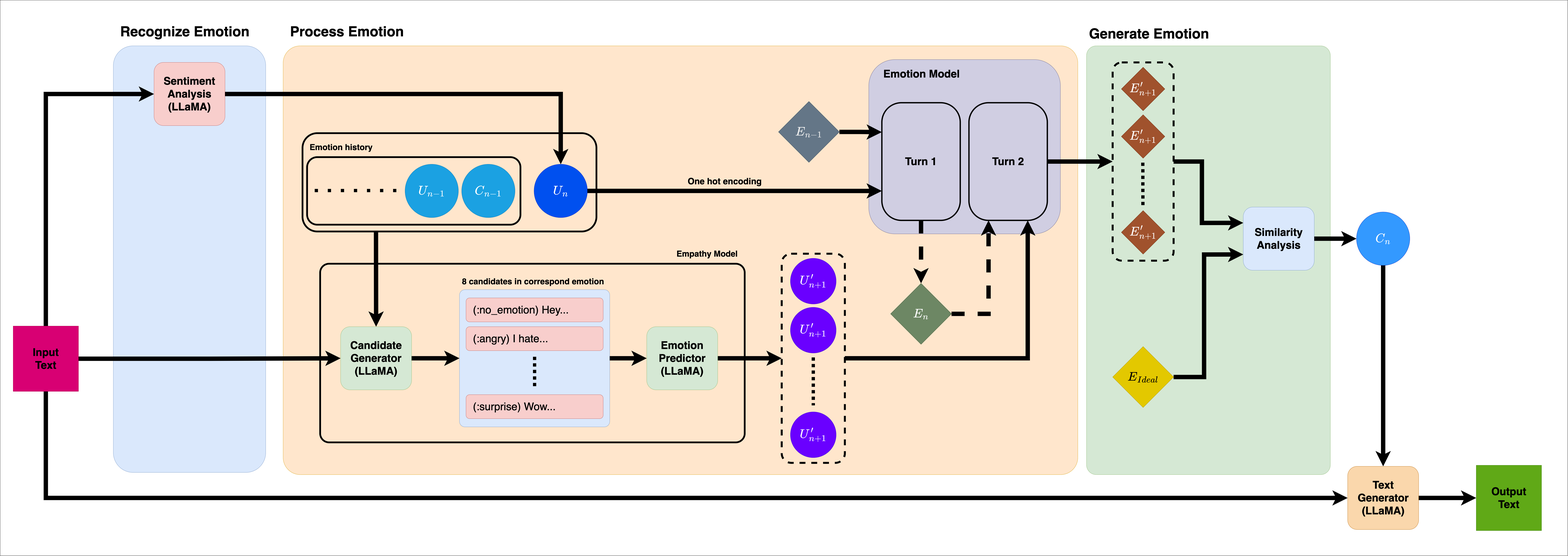
The draw.io diagram Model_Architecture.png in hermeschen1116/emotion-chat-bot, before a commit. Source tidied: cells renumbered, new cells last; positions are measured from the earlier drawing's top-left corner, leaving out a move shared by most shapes.
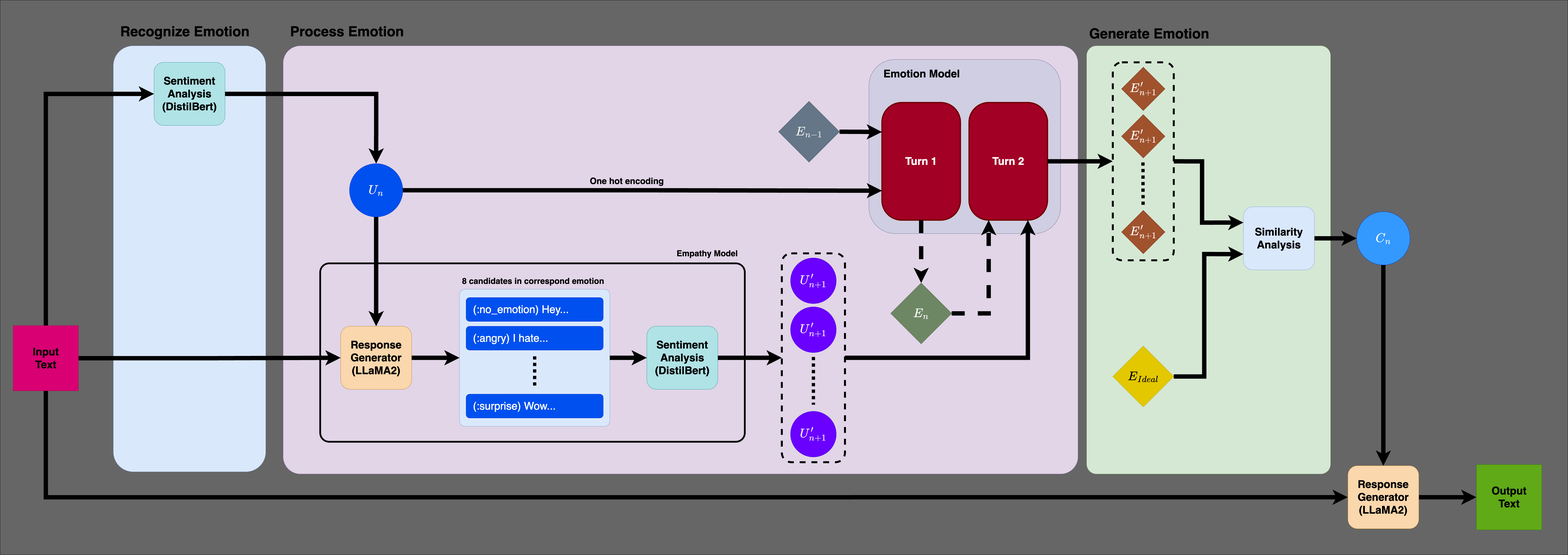
After the change.

What changed in the source:
```diff
@@ -2,7 +2,7 @@
   <root>
     <mxCell id="0" />
     <mxCell id="1" parent="0" />
-    <mxCell id="2" style="rounded=0;whiteSpace=wrap;html=1;fillColor=#FFFFFF;" parent="1" vertex="1">
+    <mxCell id="2" style="rounded=0;whiteSpace=wrap;html=1;fillColor=#666666;" parent="1" vertex="1">
       <mxGeometry width="7200" height="2550" as="geometry" />
     </mxCell>
     <mxCell id="3" style="edgeStyle=orthogonalEdgeStyle;rounded=0;jettySize=auto;html=1;exitX=0.5;exitY=1;exitDx=0;exitDy=0;entryX=0;entryY=0.5;entryDx=0;entryDy=0;strokeColor=#000000;strokeWidth=20;fontColor=#000000;" parent="1" edge="1" source="90" target="9">
@@ -23,7 +23,7 @@
     <mxCell id="8" style="edgeStyle=none;rounded=0;jettySize=auto;html=1;exitX=1;exitY=0.5;exitDx=0;exitDy=0;entryX=0;entryY=0.5;entryDx=0;entryDy=0;strokeColor=#000000;strokeWidth=20;fontColor=#000000;" parent="1" edge="1" source="9" target="91">
       <mxGeometry relative="1" as="geometry" />
     </mxCell>
-    <mxCell id="9" value="Text&lt;br&gt;Generator&lt;br&gt;(LLaMA)" style="rounded=1;whiteSpace=wrap;html=1;fillColor=#fad7ac;strokeColor=#b46504;fontSize=49;fontStyle=1;fontColor=#000000;" parent="1" vertex="1">
+    <mxCell id="9" value="Response&lt;br&gt;Generator&lt;br&gt;(LLaMA2)" style="rounded=1;whiteSpace=wrap;html=1;fillColor=#fad7ac;strokeColor=#b46504;fontSize=49;fontStyle=1;" parent="1" vertex="1">
       <mxGeometry x="6189.5" y="2140" width="326" height="290" as="geometry" />
     </mxCell>
     <mxCell id="10" value="Text" style="text;html=1;strokeColor=none;fillColor=none;align=center;verticalAlign=middle;whiteSpace=wrap;rounded=0;" parent="1" vertex="1">
@@ -41,7 +41,7 @@
     <mxCell id="14" value="&lt;span style=&quot;color: rgba(0, 0, 0, 0); font-family: monospace; font-size: 0px; text-align: start;&quot;&gt;%3CmxGraphModel%3E%3Croot%3E%3CmxCell%20id%3D%220%22%2F%3E%3CmxCell%20id%3D%221%22%20parent%3D%220%22%2F%3E%3CmxCell%20id%3D%222%22%20value%3D%22Sentiment%26lt%3Bbr%26gt%3BAnalysis%26lt%3Bbr%26gt%3B(LLaMA)%22%20style%3D%22rounded%3D1%3BwhiteSpace%3Dwrap%3Bhtml%3D1%3BfillColor%3D%23f8cecc%3BstrokeColor%3D%23b85450%3BfontSize%3D22%3BfontStyle%3D1%3BfontColor%3D%23000000%3B%22%20vertex%3D%221%22%20parent%3D%221%22%3E%3CmxGeometry%20x%3D%22435%22%20y%3D%22150%22%20width%3D%22140%22%20height%3D%22120%22%20as%3D%22geometry%22%2F%3E%3C%2FmxCell%3E%3C%2Froot%3E%3C%2FmxGraphModel%3E&lt;/span&gt;" style="rounded=1;whiteSpace=wrap;html=1;fontFamily=Helvetica;fontSize=22;fillColor=#dae8fc;strokeColor=#6c8ebf;arcSize=13;" parent="13" vertex="1">
       <mxGeometry width="700" height="1958" as="geometry" />
     </mxCell>
-    <mxCell id="15" value="Sentiment&lt;br style=&quot;font-size: 49px;&quot;&gt;Analysis&lt;br style=&quot;font-size: 49px;&quot;&gt;(LLaMA)" style="rounded=1;whiteSpace=wrap;html=1;fillColor=#f8cecc;strokeColor=#b85450;fontSize=49;fontStyle=1;fontColor=#000000;" parent="13" vertex="1">
+    <mxCell id="15" value="Sentiment&lt;br style=&quot;font-size: 49px;&quot;&gt;Analysis&lt;br style=&quot;font-size: 49px;&quot;&gt;(DistilBert&lt;span style=&quot;background-color: initial;&quot;&gt;)&lt;/span&gt;" style="rounded=1;whiteSpace=wrap;html=1;fillColor=#b0e3e6;strokeColor=#0e8088;fontSize=49;fontStyle=1;" parent="13" vertex="1">
       <mxGeometry x="187" y="76" width="326" height="290" as="geometry" />
     </mxCell>
     <mxCell id="16" value="Recognize Emotion" style="text;html=1;strokeColor=none;fillColor=none;align=left;verticalAlign=middle;whiteSpace=wrap;rounded=0;strokeWidth=8;fontFamily=Helvetica;fontSize=64;fontColor=#000000;fontStyle=1;" parent="12" vertex="1">
@@ -117,51 +117,12 @@
     <mxCell id="35" style="group;" parent="33" vertex="1">
       <mxGeometry y="100" width="3650" height="1968" as="geometry" />
     </mxCell>
-    <mxCell id="36" value="&lt;span style=&quot;color: rgba(0, 0, 0, 0); font-family: monospace; font-size: 0px; text-align: start;&quot;&gt;%3CmxGraphModel%3E%3Croot%3E%3CmxCell%20id%3D%220%22%2F%3E%3CmxCell%20id%3D%221%22%20parent%3D%220%22%2F%3E%3CmxCell%20id%3D%222%22%20value%3D%22Sentiment%26lt%3Bbr%26gt%3BAnalysis%26lt%3Bbr%26gt%3B(LLaMA)%22%20style%3D%22rounded%3D1%3BwhiteSpace%3Dwrap%3Bhtml%3D1%3BfillColor%3D%23f8cecc%3BstrokeColor%3D%23b85450%3BfontSize%3D22%3BfontStyle%3D1%3BfontColor%3D%23000000%3B%22%20vertex%3D%221%22%20parent%3D%221%22%3E%3CmxGeometry%20x%3D%22435%22%20y%3D%22150%22%20width%3D%22140%22%20height%3D%22120%22%20as%3D%22geometry%22%2F%3E%3C%2FmxCell%3E%3C%2Froot%3E%3C%2FmxGraphModel%3E&lt;/span&gt;" style="rounded=1;whiteSpace=wrap;html=1;fontFamily=Helvetica;fontSize=22;fillColor=#ffe6cc;strokeColor=#d79b00;arcSize=4;" parent="35" vertex="1">
+    <mxCell id="36" value="&lt;span style=&quot;color: rgba(0, 0, 0, 0); font-family: monospace; font-size: 0px; text-align: start;&quot;&gt;%3CmxGraphModel%3E%3Croot%3E%3CmxCell%20id%3D%220%22%2F%3E%3CmxCell%20id%3D%221%22%20parent%3D%220%22%2F%3E%3CmxCell%20id%3D%222%22%20value%3D%22Sentiment%26lt%3Bbr%26gt%3BAnalysis%26lt%3Bbr%26gt%3B(LLaMA)%22%20style%3D%22rounded%3D1%3BwhiteSpace%3Dwrap%3Bhtml%3D1%3BfillColor%3D%23f8cecc%3BstrokeColor%3D%23b85450%3BfontSize%3D22%3BfontStyle%3D1%3BfontColor%3D%23000000%3B%22%20vertex%3D%221%22%20parent%3D%221%22%3E%3CmxGeometry%20x%3D%22435%22%20y%3D%22150%22%20width%3D%22140%22%20height%3D%22120%22%20as%3D%22geometry%22%2F%3E%3C%2FmxCell%3E%3C%2Froot%3E%3C%2FmxGraphModel%3E&lt;/span&gt;" style="rounded=1;whiteSpace=wrap;html=1;fontFamily=Helvetica;fontSize=22;fillColor=#e1d5e7;strokeColor=#9673a6;arcSize=4;" parent="35" vertex="1">
       <mxGeometry width="3650" height="1968" as="geometry" />
     </mxCell>
-    <mxCell id="37" style="edgeStyle=orthogonalEdgeStyle;rounded=0;jettySize=auto;html=1;exitX=0.25;exitY=1;exitDx=0;exitDy=0;entryX=0.5;entryY=0;entryDx=0;entryDy=0;strokeColor=#000000;strokeWidth=20;fontFamily=Helvetica;fontSize=38;fontColor=#000000;" parent="35" edge="1" source="39" target="73">
+    <mxCell id="37" style="edgeStyle=orthogonalEdgeStyle;rounded=0;jettySize=auto;html=1;entryX=0.5;entryY=0;entryDx=0;entryDy=0;strokeColor=#000000;strokeWidth=20;fontFamily=Helvetica;fontSize=38;fontColor=#000000;exitX=0.5;exitY=1;exitDx=0;exitDy=0;" parent="35" edge="1" source="49" target="73">
       <mxGeometry relative="1" as="geometry" />
     </mxCell>
-    <mxCell id="38" style="group;" parent="35" vertex="1">
-      <mxGeometry x="89" y="400.8" width="1350" height="451.2" as="geometry" />
-    </mxCell>
-    <mxCell id="39" style="rounded=1;whiteSpace=wrap;html=1;strokeColor=#000000;strokeWidth=8;fontFamily=Helvetica;fontSize=38;fontColor=#000000;fillColor=none;" parent="38" vertex="1">
-      <mxGeometry width="1350" height="451.2" as="geometry" />
-    </mxCell>
-    <mxCell id="40" style="group;" parent="38" vertex="1">
-      <mxGeometry x="21" y="30" width="1310" height="390" as="geometry" />
-    </mxCell>
-    <mxCell id="41" style="group;" parent="40" vertex="1">
-      <mxGeometry width="980" height="390" as="geometry" />
-    </mxCell>
-    <mxCell id="42" value="Emotion history" style="text;html=1;strokeColor=none;fillColor=none;align=left;verticalAlign=middle;whiteSpace=wrap;rounded=0;strokeWidth=8;fontFamily=Helvetica;fontSize=38;fontColor=#000000;fontStyle=1;" parent="41" vertex="1">
-      <mxGeometry x="10" width="770" height="70" as="geometry" />
-    </mxCell>
-    <mxCell id="43" style="group;" parent="41" vertex="1">
-      <mxGeometry y="80" width="980" height="310" as="geometry" />
-    </mxCell>
-    <mxCell id="44" value="&lt;span style=&quot;color: rgba(0, 0, 0, 0); font-family: monospace; font-size: 0px; text-align: start;&quot;&gt;%3CmxGraphModel%3E%3Croot%3E%3CmxCell%20id%3D%220%22%2F%3E%3CmxCell%20id%3D%221%22%20parent%3D%220%22%2F%3E%3CmxCell%20id%3D%222%22%20value%3D%22%24%24U_%26lt%3Bbr%20style%3D%26quot%3Bfont-size%3A%2049px%3B%26quot%3B%26gt%3B%7Bn-1%7D%24%24%22%20style%3D%22ellipse%3BwhiteSpace%3Dwrap%3Bhtml%3D1%3Baspect%3Dfixed%3BfontSize%3D49%3BfillColor%3D%231ba1e2%3BstrokeColor%3D%23006EAF%3BfontStyle%3D1%3BflipH%3D1%3BfontColor%3D%23ffffff%3B%22%20vertex%3D%221%22%20parent%3D%221%22%3E%3CmxGeometry%20x%3D%222140%22%20y%3D%22893.25%22%20width%3D%22245%22%20height%3D%22245%22%20as%3D%22geometry%22%2F%3E%3C%2FmxCell%3E%3C%2Froot%3E%3C%2FmxGraphModel%3E&lt;/span&gt;" style="rounded=1;whiteSpace=wrap;html=1;strokeColor=#000000;strokeWidth=8;fontFamily=Helvetica;fontSize=38;fontColor=#000000;fillColor=none;" parent="43" vertex="1">
-      <mxGeometry width="980" height="310" as="geometry" />
-    </mxCell>
-    <mxCell id="45" value="$$U_&lt;br style=&quot;font-size: 49px;&quot;&gt;{n-1}$$" style="ellipse;whiteSpace=wrap;html=1;fontSize=49;fillColor=#1ba1e2;strokeColor=#006EAF;fontStyle=1;flipH=1;fontColor=#ffffff;" parent="43" vertex="1">
-      <mxGeometry x="450" y="32.5" width="245" height="245" as="geometry" />
-    </mxCell>
-    <mxCell id="46" value="$$C_&lt;br style=&quot;font-size: 49px;&quot;&gt;{n-1}$$" style="ellipse;whiteSpace=wrap;html=1;fontSize=49;fillColor=#1ba1e2;strokeColor=#006EAF;fontStyle=1;flipH=1;fontColor=#ffffff;" parent="43" vertex="1">
-      <mxGeometry x="710" y="32.5" width="245" height="245" as="geometry" />
-    </mxCell>
-    <mxCell id="47" style="endArrow=none;dashed=1;html=1;dashPattern=1 3;strokeWidth=15;rounded=0;strokeColor=#000000;fontFamily=Helvetica;fontSize=38;fontColor=#000000;" parent="43" edge="1">
-      <mxGeometry relative="1" as="geometry">
-        <mxPoint x="410" y="153.3" as="sourcePoint" />
-        <mxPoint x="20" y="153.3" as="targetPoint" />
-      </mxGeometry>
-    </mxCell>
-    <mxCell id="48" style="group;" parent="40" vertex="1">
-      <mxGeometry x="1020" y="80" width="290" height="310" as="geometry" />
-    </mxCell>
-    <mxCell id="49" value="$$U_&lt;br style=&quot;font-size: 49px;&quot;&gt;n$$" style="ellipse;whiteSpace=wrap;html=1;fontSize=49;fillColor=#0050ef;strokeColor=#001DBC;fontStyle=1;flipH=1;fontColor=#ffffff;" parent="48" vertex="1">
-      <mxGeometry x="22.5" y="32.5" width="245" height="245" as="geometry" />
-    </mxCell>
     <mxCell id="50" style="edgeStyle=orthogonalEdgeStyle;rounded=0;jettySize=auto;html=1;exitX=1;exitY=0.5;exitDx=0;exitDy=0;entryX=0;entryY=0.5;entryDx=0;entryDy=0;strokeColor=#000000;strokeWidth=20;fontSize=49;fontColor=#000000;" parent="35" edge="1" source="84" target="61">
       <mxGeometry relative="1" as="geometry" />
     </mxCell>
@@ -174,10 +135,10 @@
     <mxCell id="53" value="Emotion Model" style="rounded=1;whiteSpace=wrap;html=1;fillColor=#d0cee2;strokeColor=#56517e;fontSize=49;fontStyle=1;align=left;verticalAlign=top;spacingLeft=65;spacingTop=30;fontColor=#000000;" parent="52" vertex="1">
       <mxGeometry width="880" height="800" as="geometry" />
     </mxCell>
-    <mxCell id="54" value="Turn 1" style="rounded=1;whiteSpace=wrap;html=1;fillColor=none;strokeColor=#000000;strokeWidth=6;arcSize=25;fontColor=#000000;fontSize=49;fontStyle=1;" parent="52" vertex="1">
+    <mxCell id="54" value="Turn 1" style="rounded=1;whiteSpace=wrap;html=1;fillColor=#a20025;strokeColor=#6F0000;strokeWidth=6;arcSize=25;fontColor=#ffffff;fontSize=49;fontStyle=1;" parent="52" vertex="1">
       <mxGeometry x="60" y="198" width="360" height="540" as="geometry" />
     </mxCell>
-    <mxCell id="55" value="Turn 2" style="rounded=1;whiteSpace=wrap;html=1;fillColor=none;strokeColor=#000000;strokeWidth=6;arcSize=25;fontColor=#000000;fontSize=49;fontStyle=1;" parent="52" vertex="1">
+    <mxCell id="55" value="Turn 2" style="rounded=1;whiteSpace=wrap;html=1;fillColor=#a20025;strokeColor=#6F0000;strokeWidth=6;arcSize=25;fontColor=#ffffff;fontSize=49;fontStyle=1;" parent="52" vertex="1">
       <mxGeometry x="460" y="198" width="360" height="540" as="geometry" />
     </mxCell>
     <mxCell id="56" style="edgeStyle=orthogonalEdgeStyle;rounded=0;jettySize=auto;html=1;exitX=1;exitY=0.5;exitDx=0;exitDy=0;entryX=0.75;entryY=1;entryDx=0;entryDy=0;strokeColor=#000000;strokeWidth=20;fontSize=49;fontColor=#000000;" parent="35" edge="1" source="61" target="55">
@@ -236,7 +197,7 @@
     <mxCell id="72" style="group;" parent="70" vertex="1">
       <mxGeometry x="94" y="47" width="1790" height="702" as="geometry" />
     </mxCell>
-    <mxCell id="73" value="Candidate&lt;br&gt;Generator&lt;br style=&quot;font-size: 49px;&quot;&gt;(LLaMA)" style="rounded=1;whiteSpace=wrap;html=1;fillColor=#d5e8d4;strokeColor=#82b366;fontSize=49;fontStyle=1;fontColor=#000000;" parent="72" vertex="1">
+    <mxCell id="73" value="Response&lt;br&gt;Generator&lt;br style=&quot;font-size: 49px;&quot;&gt;(LLaMA2)" style="rounded=1;whiteSpace=wrap;html=1;fillColor=#fad7ac;strokeColor=#b46504;fontSize=49;fontStyle=1;" parent="72" vertex="1">
       <mxGeometry y="242" width="326" height="290" as="geometry" />
     </mxCell>
     <mxCell id="74" style="group;" parent="72" vertex="1">
@@ -254,13 +215,13 @@
     <mxCell id="78" style="group;" parent="76" vertex="1">
       <mxGeometry x="30" y="38" width="630" height="554" as="geometry" />
     </mxCell>
-    <mxCell id="79" value="(:no_emotion) Hey..." style="rounded=1;whiteSpace=wrap;html=1;fontFamily=Helvetica;fontSize=49;fillColor=#f8cecc;strokeColor=#b85450;align=left;spacingLeft=30;fontColor=#000000;" parent="78" vertex="1">
+    <mxCell id="79" value="(:no_emotion) Hey..." style="rounded=1;whiteSpace=wrap;html=1;fontFamily=Helvetica;fontSize=49;fillColor=#0050ef;strokeColor=#001DBC;align=left;spacingLeft=30;fontColor=#ffffff;" parent="78" vertex="1">
       <mxGeometry width="630" height="110" as="geometry" />
     </mxCell>
-    <mxCell id="80" value="(:angry) I hate..." style="rounded=1;whiteSpace=wrap;html=1;fontFamily=Helvetica;fontSize=49;fillColor=#f8cecc;strokeColor=#b85450;align=left;spacingLeft=30;fontColor=#000000;" parent="78" vertex="1">
+    <mxCell id="80" value="(:angry) I hate..." style="rounded=1;whiteSpace=wrap;html=1;fontFamily=Helvetica;fontSize=49;fillColor=#0050ef;strokeColor=#001DBC;align=left;spacingLeft=30;fontColor=#ffffff;" parent="78" vertex="1">
       <mxGeometry y="132" width="630" height="110" as="geometry" />
     </mxCell>
-    <mxCell id="81" value="(:surprise) Wow..." style="rounded=1;whiteSpace=wrap;html=1;fontFamily=Helvetica;fontSize=49;fillColor=#f8cecc;strokeColor=#b85450;align=left;spacingLeft=30;fontColor=#000000;" parent="78" vertex="1">
+    <mxCell id="81" value="(:surprise) Wow..." style="rounded=1;whiteSpace=wrap;html=1;fontFamily=Helvetica;fontSize=49;fillColor=#0050ef;strokeColor=#001DBC;align=left;spacingLeft=30;fontColor=#ffffff;" parent="78" vertex="1">
       <mxGeometry y="444" width="630" height="110" as="geometry" />
     </mxCell>
     <mxCell id="82" style="endArrow=none;dashed=1;html=1;dashPattern=1 1;strokeWidth=15;rounded=0;strokeColor=#000000;fontFamily=Helvetica;fontSize=49;fontColor=#000000;" parent="78" edge="1">
@@ -272,7 +233,7 @@
     <mxCell id="83" style="edgeStyle=orthogonalEdgeStyle;rounded=0;jettySize=auto;html=1;exitX=1;exitY=0.5;exitDx=0;exitDy=0;entryX=0;entryY=0.5;entryDx=0;entryDy=0;strokeColor=#000000;strokeWidth=20;fontFamily=Helvetica;fontSize=49;fontColor=#000000;" parent="72" edge="1" source="73" target="77">
       <mxGeometry relative="1" as="geometry" />
     </mxCell>
-    <mxCell id="84" value="Emotion&lt;br&gt;Predictor&lt;br&gt;(LLaMA)" style="rounded=1;whiteSpace=wrap;html=1;fillColor=#d5e8d4;strokeColor=#82b366;fontSize=49;fontStyle=1;fontColor=#000000;" parent="70" vertex="1">
+    <mxCell id="84" value="Sentiment&lt;br&gt;Analysis&lt;br&gt;(DistilBert)" style="rounded=1;whiteSpace=wrap;html=1;fillColor=#b0e3e6;strokeColor=#0e8088;fontSize=49;fontStyle=1;" parent="70" vertex="1">
       <mxGeometry x="1500" y="289" width="326" height="290" as="geometry" />
     </mxCell>
     <mxCell id="85" style="edgeStyle=orthogonalEdgeStyle;rounded=0;jettySize=auto;html=1;exitX=1;exitY=0.5;exitDx=0;exitDy=0;entryX=0;entryY=0.5;entryDx=0;entryDy=0;strokeColor=#000000;strokeWidth=20;fontFamily=Helvetica;fontSize=49;fontColor=#000000;" parent="70" edge="1" source="77" target="84">
@@ -281,6 +242,12 @@
     <mxCell id="86" value="Empathy Model" style="text;html=1;strokeColor=none;fillColor=none;align=right;verticalAlign=middle;whiteSpace=wrap;rounded=0;strokeWidth=8;fontFamily=Helvetica;fontSize=38;fontColor=#000000;fontStyle=1;" parent="69" vertex="1">
       <mxGeometry x="1150" width="770" height="70" as="geometry" />
     </mxCell>
+    <mxCell id="48" style="group;" parent="35" vertex="1">
+      <mxGeometry x="282" y="509" width="290" height="310" as="geometry" />
+    </mxCell>
+    <mxCell id="49" value="$$U_&lt;br style=&quot;font-size: 49px;&quot;&gt;n$$" style="ellipse;whiteSpace=wrap;html=1;fontSize=49;fillColor=#0050ef;strokeColor=#001DBC;fontStyle=1;flipH=1;fontColor=#ffffff;" parent="48" vertex="1">
+      <mxGeometry x="22.5" y="32.5" width="245" height="245" as="geometry" />
+    </mxCell>
     <mxCell id="87" style="edgeStyle=orthogonalEdgeStyle;rounded=0;jettySize=auto;html=1;exitX=1;exitY=0.5;exitDx=0;exitDy=0;entryX=0.5;entryY=0;entryDx=0;entryDy=0;strokeColor=#000000;strokeWidth=20;fontFamily=Helvetica;fontSize=38;fontColor=#000000;" parent="1" edge="1" source="15" target="49">
       <mxGeometry relative="1" as="geometry" />
     </mxCell>
```
